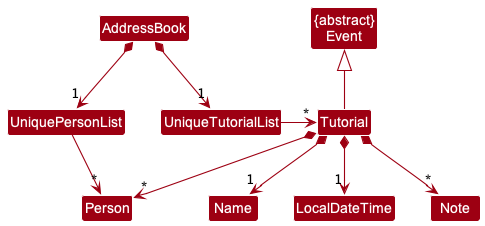
nus-cs2103-AY2223S2/tp keeps this PlantUML diagram as docs/images/BetterTutorialClassDiagram.png. Above is the earlier version.
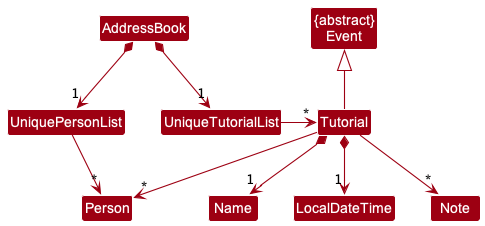
After the commit.

Change to the diagram source:
```diff
@@ -16,7 +16,7 @@
 
 Tutorial *--> "1" Name
 Tutorial *--> "1" LocalDateTime
-Tutorial *--> "*" Note
-Tutorial *--> "*" Person
+Tutorial --> "*" Note
+Tutorial --> "*" Person
 
 @enduml
```
